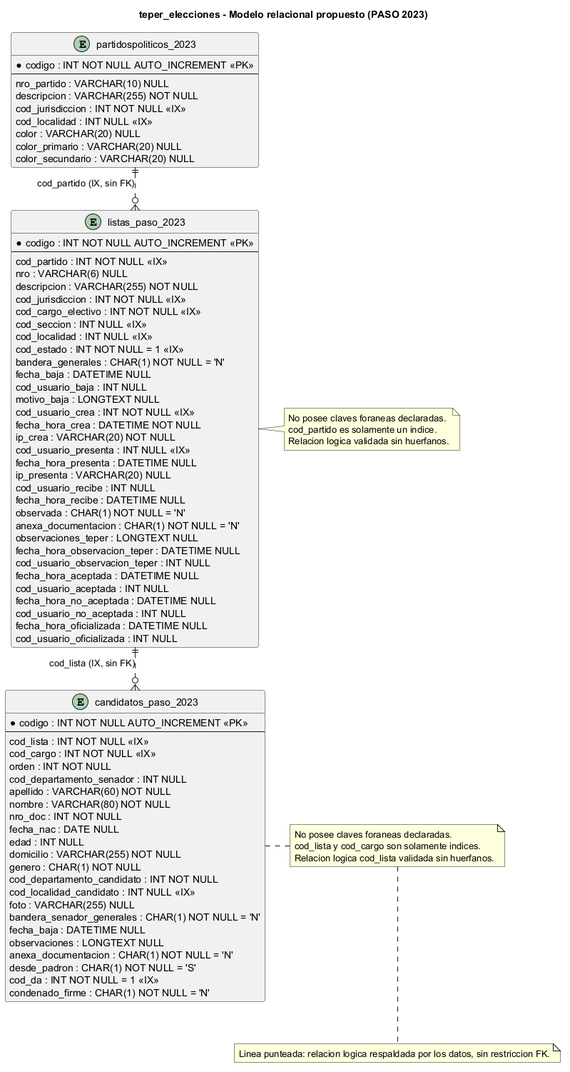
This is elecciones2023/02_modelo_relacional.png from teperentrerios/documentacion, a PlantUML export, as it was before one commit. The source it was exported from:
```plantuml
@startuml
title teper_elecciones - Modelo relacional propuesto (PASO 2023)

hide methods
skinparam linetype ortho
skinparam shadowing false

entity "partidospoliticos_2023" as pp23 {
  * codigo : INT NOT NULL AUTO_INCREMENT <<PK>>
  --
  nro_partido : VARCHAR(10) NULL
  descripcion : VARCHAR(255) NOT NULL
  cod_jurisdiccion : INT NOT NULL <<IX>>
  cod_localidad : INT NULL <<IX>>
  color : VARCHAR(20) NULL
  color_primario : VARCHAR(20) NULL
  color_secundario : VARCHAR(20) NULL
}

entity "listas_paso_2023" as lp23 {
  * codigo : INT NOT NULL AUTO_INCREMENT <<PK>>
  --
  cod_partido : INT NOT NULL <<IX>>
  nro : VARCHAR(6) NULL
  descripcion : VARCHAR(255) NOT NULL
  cod_jurisdiccion : INT NOT NULL <<IX>>
  cod_cargo_electivo : INT NOT NULL <<IX>>
  cod_seccion : INT NULL <<IX>>
  cod_localidad : INT NULL <<IX>>
  cod_estado : INT NOT NULL = 1 <<IX>>
  bandera_generales : CHAR(1) NOT NULL = 'N'
  fecha_baja : DATETIME NULL
  cod_usuario_baja : INT NULL
  motivo_baja : LONGTEXT NULL
  cod_usuario_crea : INT NOT NULL <<IX>>
  fecha_hora_crea : DATETIME NOT NULL
  ip_crea : VARCHAR(20) NOT NULL
  cod_usuario_presenta : INT NULL <<IX>>
  fecha_hora_presenta : DATETIME NULL
  ip_presenta : VARCHAR(20) NULL
  cod_usuario_recibe : INT NULL
  fecha_hora_recibe : DATETIME NULL
  observada : CHAR(1) NOT NULL = 'N'
  anexa_documentacion : CHAR(1) NOT NULL = 'N'
  observaciones_teper : LONGTEXT NULL
  fecha_hora_observacion_teper : DATETIME NULL
  cod_usuario_observacion_teper : INT NULL
  fecha_hora_aceptada : DATETIME NULL
  cod_usuario_aceptada : INT NULL
  fecha_hora_no_aceptada : DATETIME NULL
  cod_usuario_no_aceptada : INT NULL
  fecha_hora_oficializada : DATETIME NULL
  cod_usuario_oficializada : INT NULL
}

entity "candidatos_paso_2023" as cp23 {
  * codigo : INT NOT NULL AUTO_INCREMENT <<PK>>
  --
  cod_lista : INT NOT NULL <<IX>>
  cod_cargo : INT NOT NULL <<IX>>
  orden : INT NOT NULL
  cod_departamento_senador : INT NULL
  apellido : VARCHAR(60) NOT NULL
  nombre : VARCHAR(80) NOT NULL
  nro_doc : INT NOT NULL
  fecha_nac : DATE NULL
  edad : INT NULL
  domicilio : VARCHAR(255) NOT NULL
  genero : CHAR(1) NOT NULL
  cod_departamento_candidato : INT NOT NULL
  cod_localidad_candidato : INT NULL <<IX>>
  foto : VARCHAR(255) NULL
  bandera_senador_generales : CHAR(1) NOT NULL = 'N'
  fecha_baja : DATETIME NULL
  observaciones : LONGTEXT NULL
  anexa_documentacion : CHAR(1) NOT NULL = 'N'
  desde_padron : CHAR(1) NOT NULL = 'S'
  cod_da : INT NOT NULL = 1 <<IX>>
  condenado_firme : CHAR(1) NOT NULL = 'N'
}

pp23 ||..o{ lp23 : "cod_partido (IX, sin FK)"
lp23 ||..o{ cp23 : "cod_lista (IX, sin FK)"

note right of lp23
  No posee claves foraneas declaradas.
  cod_partido es solamente un indice.
  Relacion logica validada sin huerfanos.
end note

note right of cp23
  No posee claves foraneas declaradas.
  cod_lista y cod_cargo son solamente indices.
  Relacion logica cod_lista validada sin huerfanos.
end note

note bottom
  Linea punteada: relacion logica respaldada por los datos, sin restriccion FK.
end note
@enduml
```
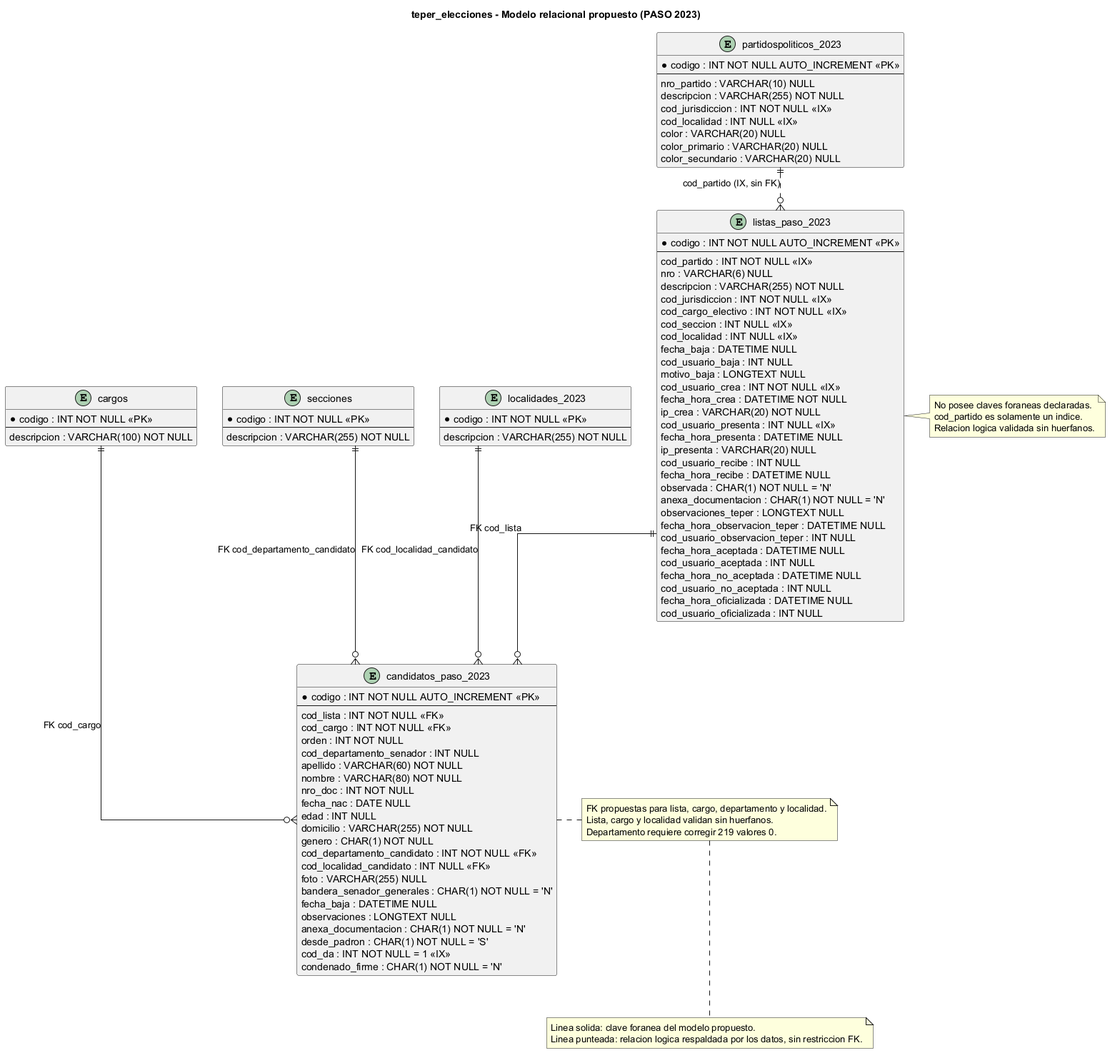
After the change.

The edit, as a diff of the source:
```diff
@@ -27,8 +27,6 @@
   cod_cargo_electivo : INT NOT NULL <<IX>>
   cod_seccion : INT NULL <<IX>>
   cod_localidad : INT NULL <<IX>>
-  cod_estado : INT NOT NULL = 1 <<IX>>
-  bandera_generales : CHAR(1) NOT NULL = 'N'
   fecha_baja : DATETIME NULL
   cod_usuario_baja : INT NULL
   motivo_baja : LONGTEXT NULL
@@ -56,8 +54,8 @@
 entity "candidatos_paso_2023" as cp23 {
   * codigo : INT NOT NULL AUTO_INCREMENT <<PK>>
   --
-  cod_lista : INT NOT NULL <<IX>>
-  cod_cargo : INT NOT NULL <<IX>>
+  cod_lista : INT NOT NULL <<FK>>
+  cod_cargo : INT NOT NULL <<FK>>
   orden : INT NOT NULL
   cod_departamento_senador : INT NULL
   apellido : VARCHAR(60) NOT NULL
@@ -67,8 +65,8 @@
   edad : INT NULL
   domicilio : VARCHAR(255) NOT NULL
   genero : CHAR(1) NOT NULL
-  cod_departamento_candidato : INT NOT NULL
-  cod_localidad_candidato : INT NULL <<IX>>
+  cod_departamento_candidato : INT NOT NULL <<FK>>
+  cod_localidad_candidato : INT NULL <<FK>>
   foto : VARCHAR(255) NULL
   bandera_senador_generales : CHAR(1) NOT NULL = 'N'
   fecha_baja : DATETIME NULL
@@ -79,8 +77,29 @@
   condenado_firme : CHAR(1) NOT NULL = 'N'
 }
 
+entity "cargos" as cargos {
+  * codigo : INT NOT NULL <<PK>>
+  --
+  descripcion : VARCHAR(100) NOT NULL
+}
+
+entity "secciones" as secciones {
+  * codigo : INT NOT NULL <<PK>>
+  --
+  descripcion : VARCHAR(255) NOT NULL
+}
+
+entity "localidades_2023" as localidades23 {
+  * codigo : INT NOT NULL <<PK>>
+  --
+  descripcion : VARCHAR(255) NOT NULL
+}
+
 pp23 ||..o{ lp23 : "cod_partido (IX, sin FK)"
-lp23 ||..o{ cp23 : "cod_lista (IX, sin FK)"
+lp23 ||--o{ cp23 : "FK cod_lista"
+cargos ||--o{ cp23 : "FK cod_cargo"
+secciones ||--o{ cp23 : "FK cod_departamento_candidato"
+localidades23 ||--o{ cp23 : "FK cod_localidad_candidato"
 
 note right of lp23
   No posee claves foraneas declaradas.
@@ -89,12 +108,13 @@
 end note
 
 note right of cp23
-  No posee claves foraneas declaradas.
-  cod_lista y cod_cargo son solamente indices.
-  Relacion logica cod_lista validada sin huerfanos.
+  FK propuestas para lista, cargo, departamento y localidad.
+  Lista, cargo y localidad validan sin huerfanos.
+  Departamento requiere corregir 219 valores 0.
 end note
 
 note bottom
+  Linea solida: clave foranea del modelo propuesto.
   Linea punteada: relacion logica respaldada por los datos, sin restriccion FK.
 end note
 @enduml
```
